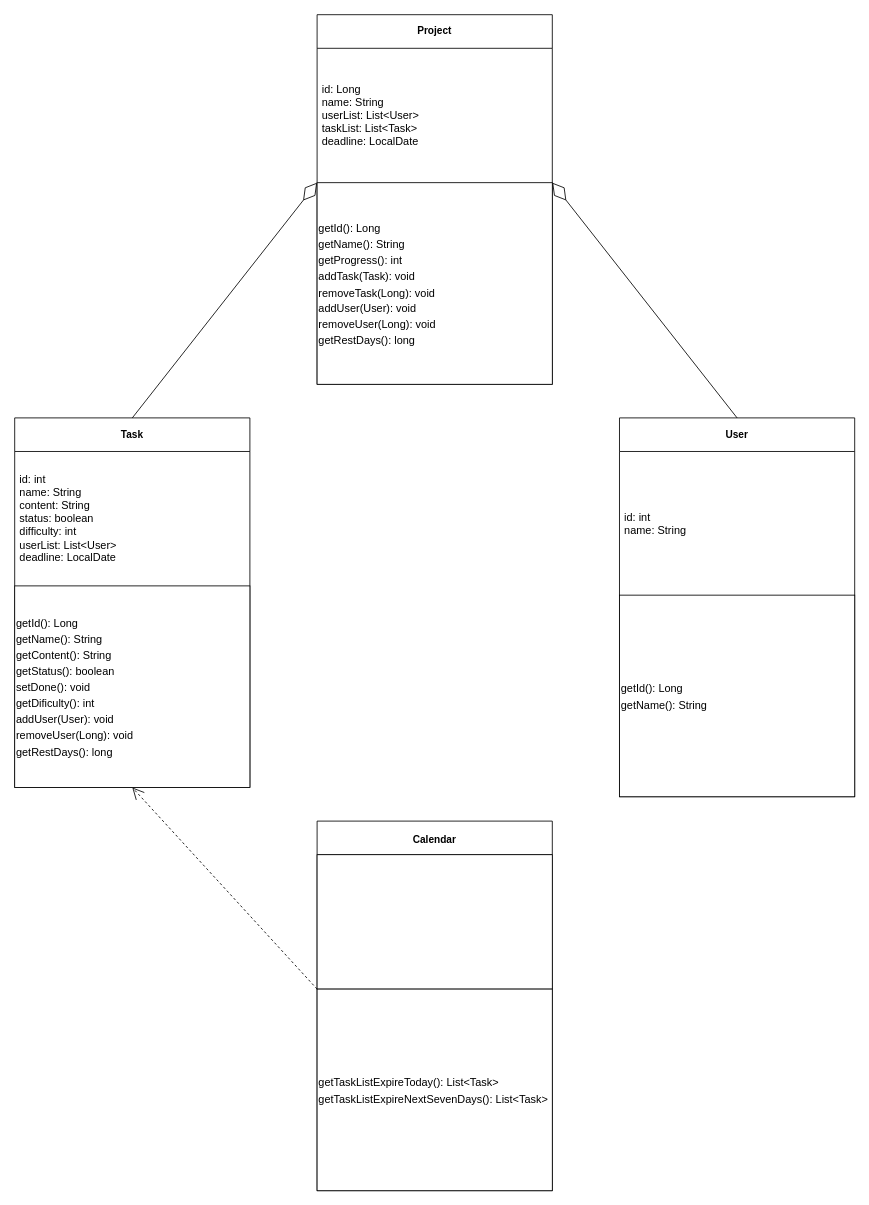
The draw.io diagram uml.drawio in SibGuys/ood, before the edit. Source tidied: cells renumbered, new cells numbered last; positions are measured from the earlier drawing's top-left corner, leaving out a move shared by most shapes. Both pictures are drawn from the tidied source at 84%, with x=0, y=0 at pixel (14, 14).
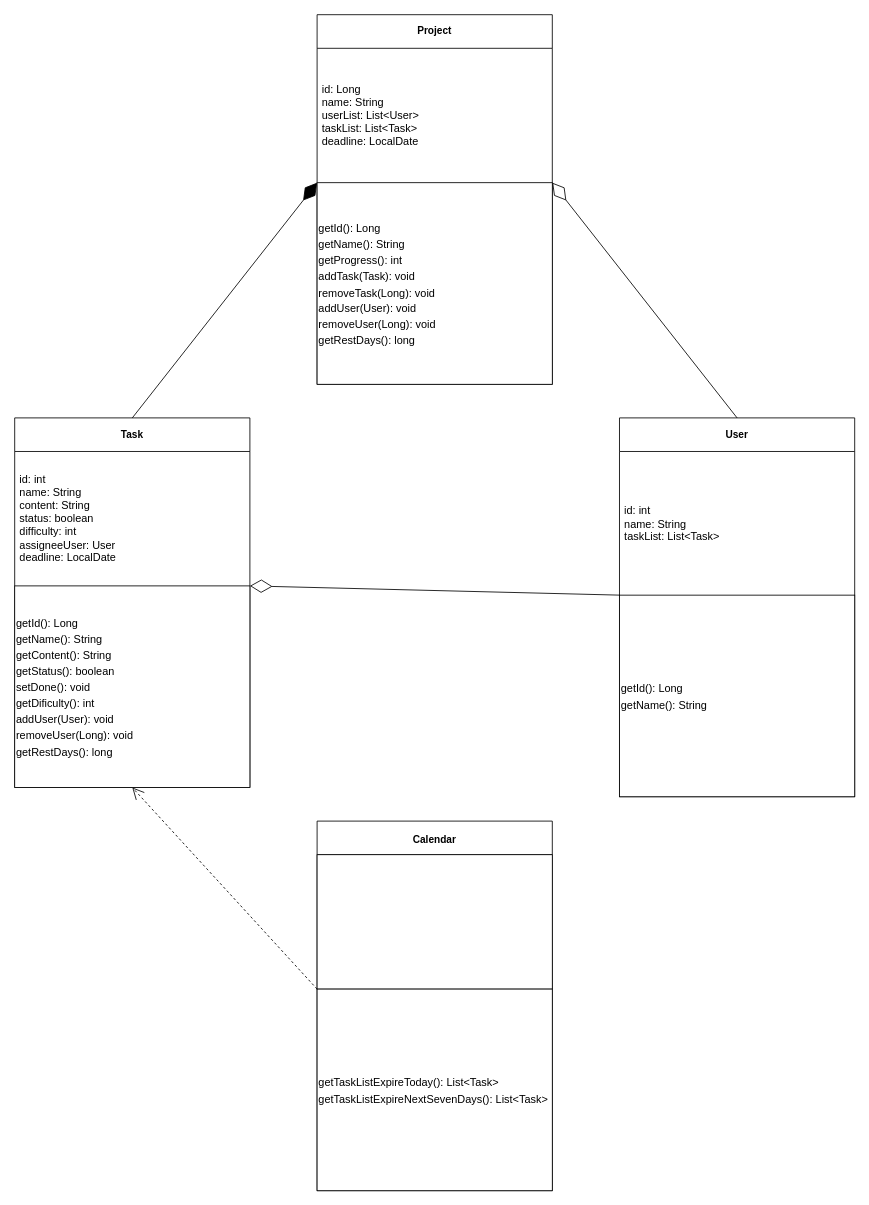
The same diagram, later.

Diff of the diagram source:
```diff
@@
 <mxGraphModel>
   <root>
     <mxCell id="0" />
     <mxCell id="1" parent="0" />
     <mxCell id="2" value="Task" style="swimlane;fontStyle=1;align=center;verticalAlign=middle;horizontal=1;startSize=40;html=1;whiteSpace=wrap;" parent="1" vertex="1">
       <mxGeometry y="480" width="280" height="440" as="geometry" />
     </mxCell>
-    <mxCell id="3" value="&lt;font style=&quot;font-size: 13px;&quot;&gt;id: int&lt;br&gt;name: String&lt;br&gt;content: String&lt;br&gt;status: boolean&lt;br&gt;difficulty: int&lt;br&gt;userList: List&amp;lt;User&amp;gt;&lt;br&gt;deadline: LocalDate&lt;/font&gt;" style="text;html=1;strokeColor=none;fillColor=none;align=left;verticalAlign=middle;spacingLeft=4;spacingRight=4;overflow=hidden;whiteSpace=wrap;" parent="2" vertex="1">
+    <mxCell id="3" value="&lt;font style=&quot;font-size: 13px;&quot;&gt;id: int&lt;br&gt;name: String&lt;br&gt;content: String&lt;br&gt;status: boolean&lt;br&gt;difficulty: int&lt;br&gt;assigneeUser: User&lt;br&gt;deadline: LocalDate&lt;/font&gt;" style="text;html=1;strokeColor=none;fillColor=none;align=left;verticalAlign=middle;spacingLeft=4;spacingRight=4;overflow=hidden;whiteSpace=wrap;" parent="2" vertex="1">
       <mxGeometry y="40" width="280" height="160" as="geometry" />
     </mxCell>
     <mxCell id="4" value="&lt;font style=&quot;font-size: 13px;&quot;&gt;getId(): Long&lt;br&gt;getName(): String&lt;br&gt;getContent(): String&lt;br&gt;getStatus(): boolean&lt;br&gt;setDone(): void&lt;br&gt;getDificulty(): int&lt;br&gt;addUser(User): void&lt;br&gt;removeUser(Long): void&lt;br&gt;getRestDays(): long&lt;br&gt;&lt;/font&gt;" style="rounded=0;whiteSpace=wrap;html=1;fontSize=16;align=left;" parent="2" vertex="1">
       <mxGeometry y="200" width="280" height="240" as="geometry" />
     </mxCell>
     <mxCell id="5" value="Project" style="swimlane;fontStyle=1;align=center;verticalAlign=middle;horizontal=1;startSize=40;html=1;whiteSpace=wrap;" parent="1" vertex="1">
       <mxGeometry x="360" width="280" height="440" as="geometry" />
     </mxCell>
     <mxCell id="6" value="&lt;font style=&quot;font-size: 13px;&quot;&gt;id: Long&lt;br&gt;name: String&lt;br&gt;userList: List&amp;lt;User&amp;gt;&lt;br&gt;taskList: List&amp;lt;Task&amp;gt;&lt;br&gt;deadline: LocalDate&lt;br&gt;&lt;/font&gt;" style="text;html=1;strokeColor=none;fillColor=none;align=left;verticalAlign=middle;spacingLeft=4;spacingRight=4;overflow=hidden;whiteSpace=wrap;" parent="5" vertex="1">
       <mxGeometry y="40" width="280" height="160" as="geometry" />
     </mxCell>
     <mxCell id="7" value="&lt;font style=&quot;font-size: 13px;&quot;&gt;getId(): Long&lt;br&gt;getName(): String&lt;br&gt;getProgress(): int&lt;br&gt;addTask(Task): void&lt;br&gt;removeTask(Long): void&lt;br&gt;addUser(User): void&lt;br&gt;removeUser(Long): void&lt;br&gt;getRestDays(): long&lt;br&gt;&lt;/font&gt;" style="rounded=0;whiteSpace=wrap;html=1;fontSize=16;align=left;" parent="5" vertex="1">
       <mxGeometry y="200" width="280" height="240" as="geometry" />
     </mxCell>
     <mxCell id="8" value="User" style="swimlane;fontStyle=1;align=center;verticalAlign=middle;horizontal=1;startSize=40;html=1;whiteSpace=wrap;" parent="1" vertex="1">
       <mxGeometry x="720" y="480" width="280" height="451" as="geometry" />
     </mxCell>
-    <mxCell id="9" value="&lt;font style=&quot;font-size: 13px;&quot;&gt;id: int&lt;br style=&quot;border-color: var(--border-color);&quot;&gt;name: String&lt;br&gt;&lt;/font&gt;" style="text;html=1;strokeColor=none;fillColor=none;align=left;verticalAlign=middle;spacingLeft=4;spacingRight=4;overflow=hidden;whiteSpace=wrap;" parent="8" vertex="1">
+    <mxCell id="9" value="&lt;font style=&quot;font-size: 13px;&quot;&gt;id: int&lt;br style=&quot;border-color: var(--border-color);&quot;&gt;name: String&lt;br&gt;taskList: List&amp;lt;Task&amp;gt;&lt;br&gt;&lt;/font&gt;" style="text;html=1;strokeColor=none;fillColor=none;align=left;verticalAlign=middle;spacingLeft=4;spacingRight=4;overflow=hidden;whiteSpace=wrap;" parent="8" vertex="1">
       <mxGeometry y="40" width="280" height="171" as="geometry" />
     </mxCell>
     <mxCell id="10" value="&lt;font style=&quot;font-size: 13px;&quot;&gt;getId(): Long&lt;br&gt;getName(): String&lt;br&gt;&lt;/font&gt;" style="rounded=0;whiteSpace=wrap;html=1;fontSize=16;align=left;" parent="8" vertex="1">
       <mxGeometry y="211" width="280" height="240" as="geometry" />
     </mxCell>
     <mxCell id="11" value="&lt;font style=&quot;font-size: 12px;&quot;&gt;Calendar&lt;/font&gt;" style="swimlane;fontStyle=1;align=center;verticalAlign=middle;horizontal=1;startSize=40;html=1;whiteSpace=wrap;fontSize=16;" parent="1" vertex="1">
       <mxGeometry x="360" y="960" width="280" height="440" as="geometry" />
     </mxCell>
     <mxCell id="12" style="rounded=0;whiteSpace=wrap;html=1;fontSize=16;align=left;" parent="11" vertex="1">
       <mxGeometry y="40" width="280" height="160" as="geometry" />
     </mxCell>
     <mxCell id="13" value="&lt;font style=&quot;font-size: 13px;&quot;&gt;getTaskListExpireToday(): List&amp;lt;Task&amp;gt;&lt;br style=&quot;border-color: var(--border-color);&quot;&gt;&lt;span style=&quot;&quot;&gt;getTaskListExpireNextSevenDays(): List&amp;lt;Task&amp;gt;&lt;/span&gt;&lt;/font&gt;" style="rounded=0;whiteSpace=wrap;html=1;fontSize=16;align=left;" parent="11" vertex="1">
       <mxGeometry y="200" width="280" height="240" as="geometry" />
     </mxCell>
-    <mxCell id="14" style="endArrow=diamondThin;endFill=0;endSize=24;html=1;rounded=0;exitX=0.5;exitY=0;exitDx=0;exitDy=0;entryX=0;entryY=0;entryDx=0;entryDy=0;" parent="1" edge="1" source="2" target="7">
+    <mxCell id="14" style="endArrow=diamondThin;endFill=0;endSize=24;html=1;rounded=0;exitX=0;exitY=0;exitDx=0;exitDy=0;entryX=1;entryY=0;entryDx=0;entryDy=0;" parent="1" edge="1" source="10" target="4">
       <mxGeometry relative="1" as="geometry" />
     </mxCell>
     <mxCell id="15" style="endArrow=diamondThin;endFill=0;endSize=24;html=1;rounded=0;exitX=0.5;exitY=0;exitDx=0;exitDy=0;entryX=1;entryY=0;entryDx=0;entryDy=0;" parent="1" edge="1" source="8" target="7">
       <mxGeometry relative="1" as="geometry" />
     </mxCell>
     <mxCell id="16" style="endArrow=open;endSize=12;dashed=1;html=1;rounded=0;exitX=0;exitY=0;exitDx=0;exitDy=0;entryX=0.5;entryY=1;entryDx=0;entryDy=0;" parent="1" edge="1" source="13" target="2">
       <mxGeometry relative="1" as="geometry" />
     </mxCell>
+    <mxCell id="17" style="endArrow=diamondThin;endFill=1;endSize=24;html=1;rounded=0;exitX=0.5;exitY=0;exitDx=0;exitDy=0;entryX=0;entryY=0;entryDx=0;entryDy=0;" parent="1" edge="1" source="2" target="7">
+      <mxGeometry relative="1" as="geometry" />
+    </mxCell>
   </root>
 </mxGraphModel>
```
